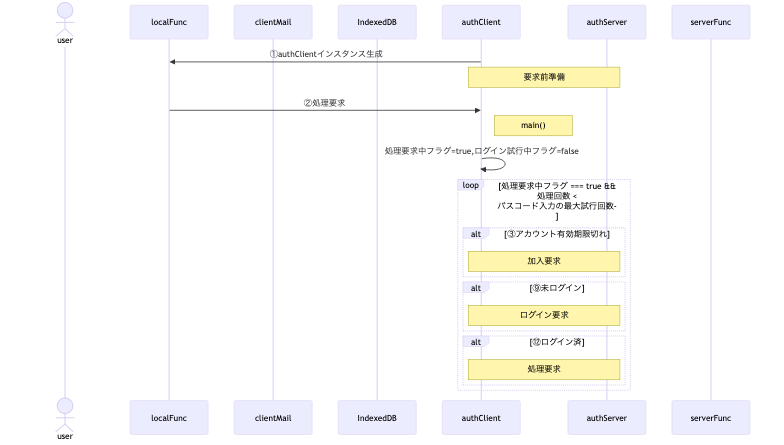
Above: underDev/Auth/img/summary.png in nakaone/library (Mermaid), before the change. Its source is kept beside it as underDev/Auth/doc/summary.mermaid.
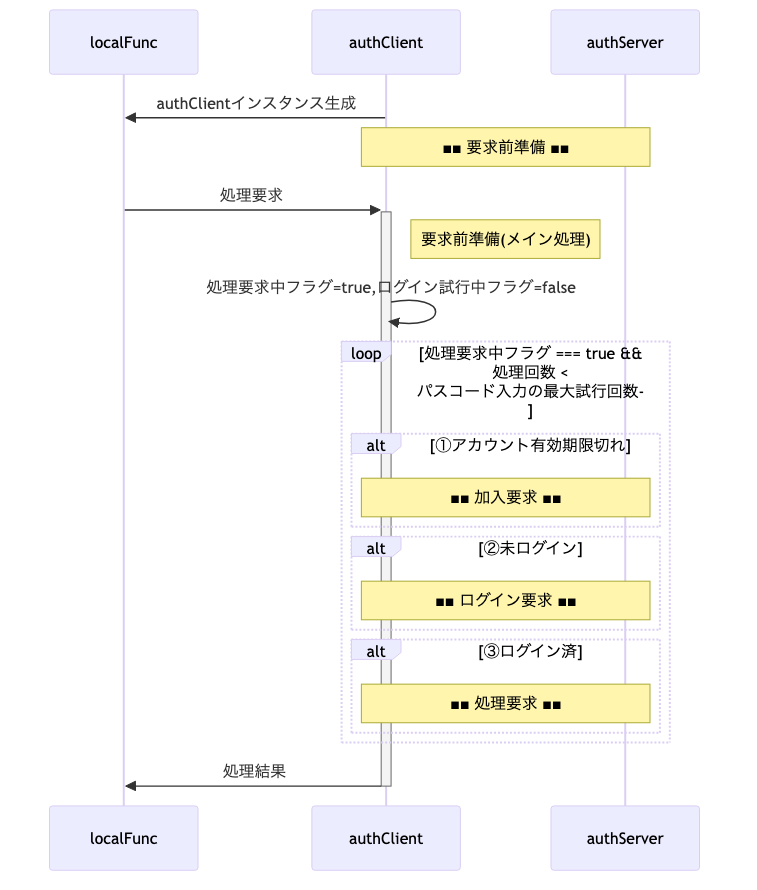
Later version of the same file.

What changed in the source:
```diff
@@ -1,29 +1,26 @@
 sequenceDiagram
-  actor user
   participant localFunc
-  participant clientMail
-  participant IndexedDB
   participant authClient
   participant authServer
-  participant serverFunc
 
-  authClient->>localFunc: ①authClientインスタンス生成
-  Note over authClient,authServer: 要求前準備
-  localFunc->>authClient: ②処理要求
-  Note right of authClient: main()
+  authClient->>localFunc: authClientインスタンス生成
+  Note over authClient,authServer: ■■ 要求前準備 ■■
+  localFunc->>+authClient: 処理要求
+  Note right of authClient: 要求前準備(メイン処理)
 
   authClient->>authClient: 処理要求中フラグ=true,ログイン試行中フラグ=false
   loop 処理要求中フラグ === true && 処理回数 < パスコード入力の最大試行回数
 
-    alt ③アカウント有効期限切れ
-      Note over authClient,authServer: 加入要求
+    alt ①アカウント有効期限切れ
+      Note over authClient,authServer: ■■ 加入要求 ■■
     end
 
-    alt ⑨未ログイン
-      Note over authClient,authServer: ログイン要求
+    alt ②未ログイン
+      Note over authClient,authServer: ■■ ログイン要求 ■■
     end
 
-    alt ⑫ログイン済
-      Note over authClient,authServer: 処理要求
+    alt ③ログイン済
+      Note over authClient,authServer: ■■ 処理要求 ■■
     end
   end
+  authClient->>-localFunc: 処理結果
```
